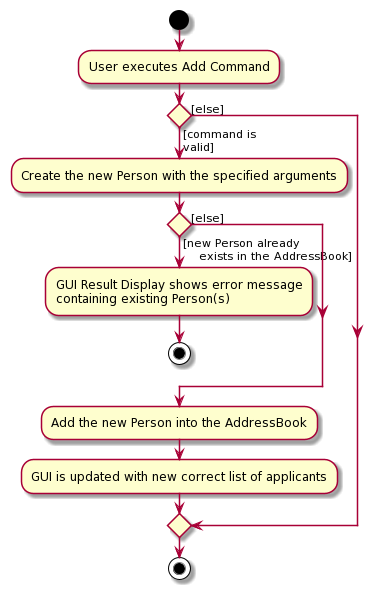
Above: docs/images/AddCommandActivityDiagram.png in nus-cs2103-AY2122S1/tp (PlantUML), before the change. Source of this version:
```plantuml
@startuml
start
:User executes Add Command;


if () then ([command is
valid])

    :Create the new Person with the specified arguments;

    if () then ([new Person already
    exists in the AddressBook])

        :GUI Result Display shows error message
        containing existing Person(s);

        stop

    else ([else])
    endif

    :Add the new Person into the AddressBook;

    :GUI is updated with new correct list of applicants;
else ([else])
endif
stop
@enduml
```
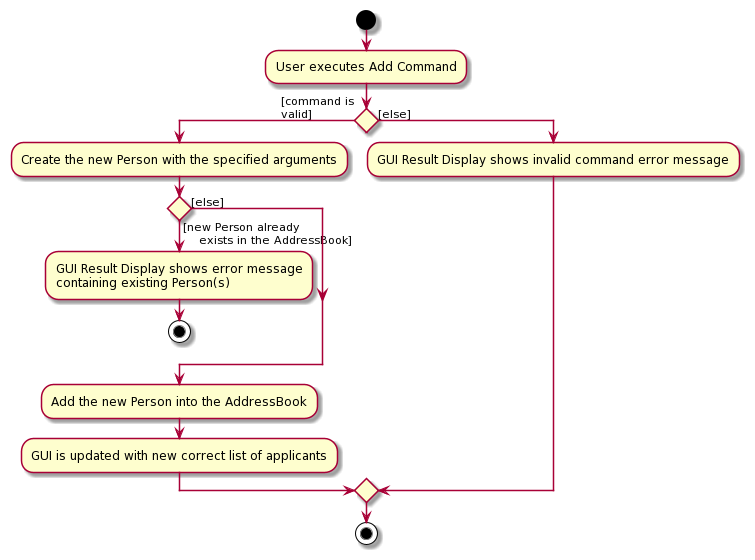
After the commit.

Commit message:
Add in GUI invalid command error message

Change to the diagram source:
```diff
@@ -23,6 +23,9 @@
 
     :GUI is updated with new correct list of applicants;
 else ([else])
+
+:GUI Result Display shows invalid command error message;
+
 endif
 stop
 @enduml
```
